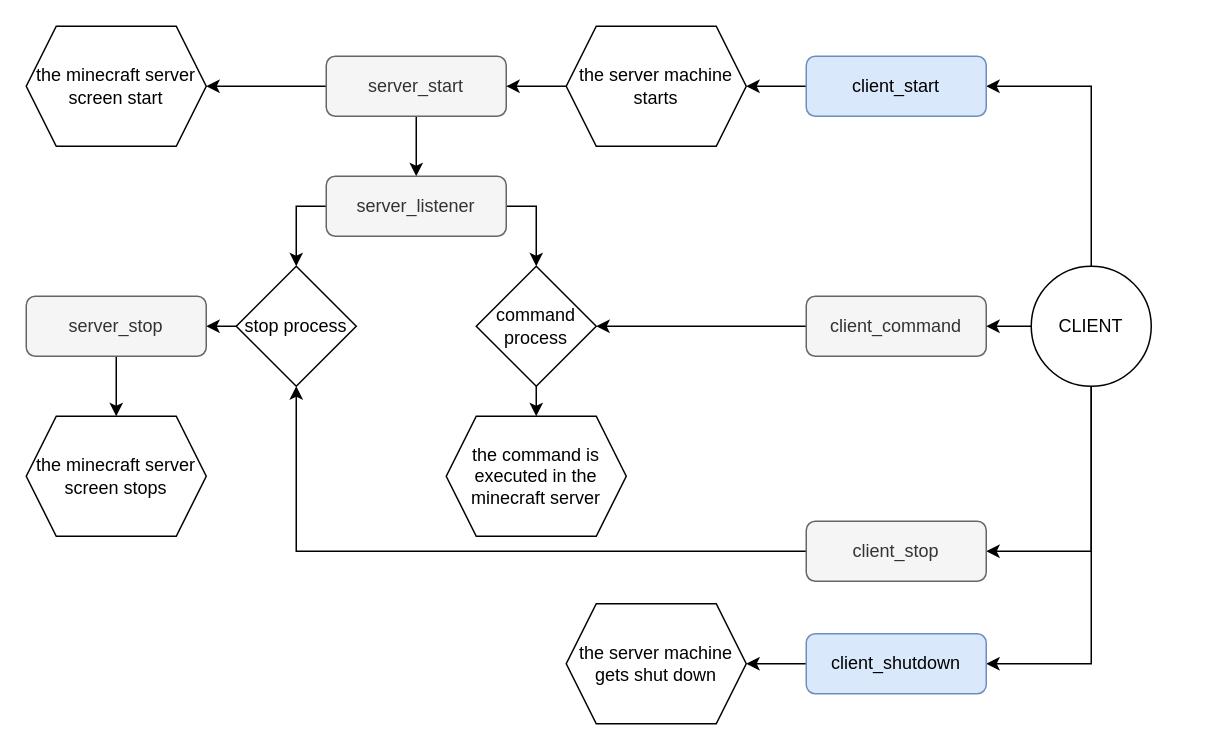
StudiousPillow/MinecraftHostOnOff keeps this draw.io diagram as img/framework.drawio. Above is the earlier version. Source tidied: cells renumbered, new cells numbered last; positions are measured from the earlier drawing's top-left corner, leaving out a move shared by most shapes. Both pictures are drawn from the tidied source at 150%, with x=0, y=0 at pixel (26, 26).
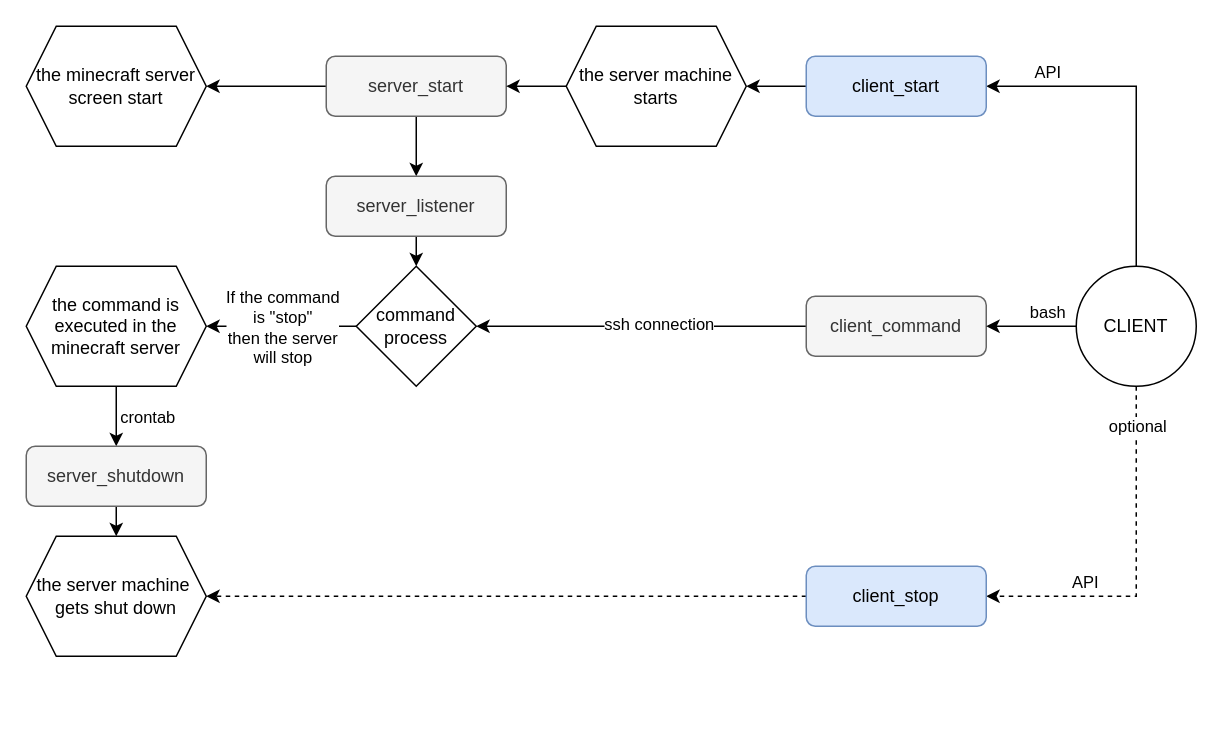
The same page after the edit.

The change refers to these unchanged cells:
```xml
<mxCell id="5" style="edgeStyle=orthogonalEdgeStyle;rounded=0;jettySize=auto;html=1;exitX=0;exitY=0.5;exitDx=0;exitDy=0;entryX=1;entryY=0.5;entryDx=0;entryDy=0;" parent="1" edge="1" source="6" target="22">
  <mxGeometry relative="1" as="geometry" />
</mxCell>
<mxCell id="6" value="&lt;div&gt;&lt;div&gt;client_command&lt;/div&gt;&lt;/div&gt;" style="rounded=1;whiteSpace=wrap;html=1;fontSize=12;glass=0;strokeWidth=1;shadow=0;fillColor=#f5f5f5;fontColor=#333333;strokeColor=#666666;" parent="1" vertex="1">
  <mxGeometry x="520" y="180" width="120" height="40" as="geometry" />
</mxCell>
<mxCell id="9" value="server_listener" style="rounded=1;whiteSpace=wrap;html=1;fontSize=12;glass=0;strokeWidth=1;shadow=0;fillColor=#f5f5f5;fontColor=#333333;strokeColor=#666666;" parent="1" vertex="1">
  <mxGeometry x="200" y="100" width="120" height="40" as="geometry" />
</mxCell>
<mxCell id="10" style="edgeStyle=orthogonalEdgeStyle;rounded=0;jettySize=auto;html=1;exitX=0.5;exitY=0;exitDx=0;exitDy=0;entryX=1;entryY=0.5;entryDx=0;entryDy=0;" parent="1" edge="1" source="14" target="16">
  <mxGeometry relative="1" as="geometry" />
</mxCell>
```

Diff of the diagram source:
```diff
@@
+    <mxCell id="33" value="ssh connection" style="edgeLabel;html=1;align=center;verticalAlign=middle;" parent="5" vertex="1">
+      <mxGeometry x="-0.1" y="-2" relative="1" as="geometry" />
+    </mxCell>
@@
-    <mxCell id="7" style="edgeStyle=orthogonalEdgeStyle;rounded=0;jettySize=auto;html=1;exitX=1;exitY=0.5;exitDx=0;exitDy=0;entryX=0.5;entryY=0;entryDx=0;entryDy=0;" parent="1" edge="1" source="9" target="22">
+    <mxCell id="7" style="edgeStyle=orthogonalEdgeStyle;rounded=0;jettySize=auto;html=1;exitX=0.5;exitY=1;exitDx=0;exitDy=0;entryX=0.5;entryY=0;entryDx=0;entryDy=0;" parent="1" edge="1" source="9" target="22">
       <mxGeometry relative="1" as="geometry" />
     </mxCell>
-    <mxCell id="8" style="edgeStyle=orthogonalEdgeStyle;rounded=0;jettySize=auto;html=1;exitX=0;exitY=0.5;exitDx=0;exitDy=0;" parent="1" edge="1" source="9" target="24">
-      <mxGeometry relative="1" as="geometry" />
-    </mxCell>
@@
+    <mxCell id="34" value="API" style="edgeLabel;html=1;align=center;verticalAlign=middle;" parent="10" vertex="1">
+      <mxGeometry x="0.67" y="-4" relative="1" as="geometry">
+        <mxPoint x="4" y="-6" as="offset" />
+      </mxGeometry>
+    </mxCell>
+    <mxCell id="12" style="edgeStyle=orthogonalEdgeStyle;rounded=0;jettySize=auto;html=1;exitX=0;exitY=0.5;exitDx=0;exitDy=0;entryX=1;entryY=0.5;entryDx=0;entryDy=0;" parent="1" edge="1" source="14" target="6">
+      <mxGeometry relative="1" as="geometry" />
+    </mxCell>
+    <mxCell id="35" value="bash" style="edgeLabel;html=1;align=center;verticalAlign=middle;" parent="12" vertex="1">
+      <mxGeometry x="-0.35" y="1" relative="1" as="geometry">
+        <mxPoint y="-11" as="offset" />
+      </mxGeometry>
+    </mxCell>
-    <mxCell id="11" style="edgeStyle=orthogonalEdgeStyle;rounded=0;jettySize=auto;html=1;exitX=0.5;exitY=1;exitDx=0;exitDy=0;entryX=1;entryY=0.5;entryDx=0;entryDy=0;" parent="1" edge="1" source="14" target="26">
+    <mxCell id="11" style="edgeStyle=orthogonalEdgeStyle;rounded=0;jettySize=auto;html=1;exitX=0.5;exitY=1;exitDx=0;exitDy=0;entryX=1;entryY=0.5;entryDx=0;entryDy=0;dashed=1;" parent="1" edge="1" source="14" target="26">
       <mxGeometry relative="1" as="geometry" />
     </mxCell>
-    <mxCell id="12" style="edgeStyle=orthogonalEdgeStyle;rounded=0;jettySize=auto;html=1;exitX=0;exitY=0.5;exitDx=0;exitDy=0;entryX=1;entryY=0.5;entryDx=0;entryDy=0;" parent="1" edge="1" source="14" target="6">
-      <mxGeometry relative="1" as="geometry" />
-    </mxCell>
-    <mxCell id="13" style="edgeStyle=orthogonalEdgeStyle;rounded=0;jettySize=auto;html=1;exitX=0.5;exitY=1;exitDx=0;exitDy=0;entryX=1;entryY=0.5;entryDx=0;entryDy=0;" parent="1" edge="1" source="14" target="29">
-      <mxGeometry relative="1" as="geometry" />
-    </mxCell>
+    <mxCell id="36" value="API" style="edgeLabel;html=1;align=center;verticalAlign=middle;" parent="11" vertex="1">
+      <mxGeometry x="0.46" y="-2" relative="1" as="geometry">
+        <mxPoint y="-8" as="offset" />
+      </mxGeometry>
+    </mxCell>
+    <mxCell id="37" value="optional" style="edgeLabel;html=1;align=center;verticalAlign=middle;" parent="11" vertex="1">
+      <mxGeometry x="-0.78" relative="1" as="geometry" />
+    </mxCell>
     <mxCell id="14" value="CLIENT" style="ellipse;whiteSpace=wrap;html=1;" parent="1" vertex="1">
-      <mxGeometry x="670" y="160" width="80" height="80" as="geometry" />
+      <mxGeometry x="700" y="160" width="80" height="80" as="geometry" />
     </mxCell>
@@
+    <mxCell id="38" style="edgeStyle=orthogonalEdgeStyle;rounded=0;jettySize=auto;html=1;exitX=0.5;exitY=1;exitDx=0;exitDy=0;entryX=0.5;entryY=0;entryDx=0;entryDy=0;" parent="1" edge="1" source="20" target="43">
+      <mxGeometry relative="1" as="geometry" />
+    </mxCell>
+    <mxCell id="39" value="crontab" style="edgeLabel;html=1;align=center;verticalAlign=middle;" parent="38" vertex="1">
+      <mxGeometry x="-0.35" y="-1" relative="1" as="geometry">
+        <mxPoint x="21" y="7" as="offset" />
+      </mxGeometry>
+    </mxCell>
     <mxCell id="20" value="the command is executed in the minecraft server" style="shape=hexagon;perimeter=hexagonPerimeter2;whiteSpace=wrap;html=1;fixedSize=1;" parent="1" vertex="1">
-      <mxGeometry x="280" y="260" width="120" height="80" as="geometry" />
+      <mxGeometry y="160" width="120" height="80" as="geometry" />
     </mxCell>
-    <mxCell id="21" style="edgeStyle=orthogonalEdgeStyle;rounded=0;jettySize=auto;html=1;exitX=0.5;exitY=1;exitDx=0;exitDy=0;entryX=0.5;entryY=0;entryDx=0;entryDy=0;" parent="1" edge="1" source="22" target="20">
+    <mxCell id="21" style="edgeStyle=orthogonalEdgeStyle;rounded=0;jettySize=auto;html=1;exitX=0;exitY=0.5;exitDx=0;exitDy=0;entryX=1;entryY=0.5;entryDx=0;entryDy=0;" parent="1" edge="1" source="22" target="20">
       <mxGeometry relative="1" as="geometry" />
     </mxCell>
+    <mxCell id="40" value="If the command&lt;div&gt;is &quot;stop&quot;&lt;/div&gt;&lt;div&gt;then the server&lt;/div&gt;&lt;div&gt;will stop&lt;/div&gt;" style="edgeLabel;html=1;align=center;verticalAlign=middle;" parent="21" vertex="1">
+      <mxGeometry x="0.3" y="1" relative="1" as="geometry">
+        <mxPoint x="15" y="-1" as="offset" />
+      </mxGeometry>
+    </mxCell>
     <mxCell id="22" value="command process" style="rhombus;whiteSpace=wrap;html=1;" parent="1" vertex="1">
-      <mxGeometry x="300" y="160" width="80" height="80" as="geometry" />
+      <mxGeometry x="220" y="160" width="80" height="80" as="geometry" />
     </mxCell>
-    <mxCell id="23" style="edgeStyle=orthogonalEdgeStyle;rounded=0;jettySize=auto;html=1;exitX=0;exitY=0.5;exitDx=0;exitDy=0;entryX=1;entryY=0.5;entryDx=0;entryDy=0;" parent="1" edge="1" source="24" target="32">
-      <mxGeometry relative="1" as="geometry" />
-    </mxCell>
-    <mxCell id="24" value="stop process" style="rhombus;whiteSpace=wrap;html=1;" parent="1" vertex="1">
-      <mxGeometry x="140" y="160" width="80" height="80" as="geometry" />
-    </mxCell>
-    <mxCell id="25" style="edgeStyle=orthogonalEdgeStyle;rounded=0;jettySize=auto;html=1;exitX=0;exitY=0.5;exitDx=0;exitDy=0;entryX=0.5;entryY=1;entryDx=0;entryDy=0;" parent="1" edge="1" source="26" target="24">
-      <mxGeometry relative="1" as="geometry" />
-    </mxCell>
+    <mxCell id="30" value="the server machine&amp;nbsp;&lt;div&gt;gets shut down&lt;/div&gt;" style="shape=hexagon;perimeter=hexagonPerimeter2;whiteSpace=wrap;html=1;fixedSize=1;" parent="1" vertex="1">
+      <mxGeometry y="340" width="120" height="80" as="geometry" />
+    </mxCell>
+    <mxCell id="41" style="edgeStyle=orthogonalEdgeStyle;rounded=0;jettySize=auto;html=1;exitX=0;exitY=0.5;exitDx=0;exitDy=0;entryX=1;entryY=0.5;entryDx=0;entryDy=0;dashed=1;" parent="1" edge="1" source="26" target="30">
+      <mxGeometry relative="1" as="geometry" />
+    </mxCell>
-    <mxCell id="26" value="client_stop" style="rounded=1;whiteSpace=wrap;html=1;fontSize=12;glass=0;strokeWidth=1;shadow=0;fillColor=#f5f5f5;fontColor=#333333;strokeColor=#666666;" parent="1" vertex="1">
-      <mxGeometry x="520" y="330" width="120" height="40" as="geometry" />
+    <mxCell id="26" value="&lt;div&gt;&lt;div&gt;client_stop&lt;/div&gt;&lt;/div&gt;" style="rounded=1;whiteSpace=wrap;html=1;fontSize=12;glass=0;strokeWidth=1;shadow=0;fillColor=#dae8fc;strokeColor=#6c8ebf;" parent="1" vertex="1">
+      <mxGeometry x="520" y="360" width="120" height="40" as="geometry" />
     </mxCell>
-    <mxCell id="27" value="the minecraft server screen stops" style="shape=hexagon;perimeter=hexagonPerimeter2;whiteSpace=wrap;html=1;fixedSize=1;" parent="1" vertex="1">
-      <mxGeometry y="260" width="120" height="80" as="geometry" />
-    </mxCell>
-    <mxCell id="28" style="edgeStyle=orthogonalEdgeStyle;rounded=0;jettySize=auto;html=1;exitX=0;exitY=0.5;exitDx=0;exitDy=0;entryX=1;entryY=0.5;entryDx=0;entryDy=0;" parent="1" edge="1" source="29" target="30">
-      <mxGeometry relative="1" as="geometry" />
-    </mxCell>
-    <mxCell id="29" value="client_shutdown" style="rounded=1;whiteSpace=wrap;html=1;fontSize=12;glass=0;strokeWidth=1;shadow=0;fillColor=#dae8fc;strokeColor=#6c8ebf;" parent="1" vertex="1">
-      <mxGeometry x="520" y="405" width="120" height="40" as="geometry" />
-    </mxCell>
-    <mxCell id="30" value="the server machine gets shut down" style="shape=hexagon;perimeter=hexagonPerimeter2;whiteSpace=wrap;html=1;fixedSize=1;" parent="1" vertex="1">
-      <mxGeometry x="360" y="385" width="120" height="80" as="geometry" />
-    </mxCell>
-    <mxCell id="31" style="edgeStyle=orthogonalEdgeStyle;rounded=0;jettySize=auto;html=1;exitX=0.5;exitY=1;exitDx=0;exitDy=0;" parent="1" edge="1" source="32" target="27">
-      <mxGeometry relative="1" as="geometry" />
-    </mxCell>
-    <mxCell id="32" value="server_stop" style="rounded=1;whiteSpace=wrap;html=1;fontSize=12;glass=0;strokeWidth=1;shadow=0;fillColor=#f5f5f5;fontColor=#333333;strokeColor=#666666;" parent="1" vertex="1">
-      <mxGeometry y="180" width="120" height="40" as="geometry" />
-    </mxCell>
+    <mxCell id="42" style="edgeStyle=orthogonalEdgeStyle;rounded=0;jettySize=auto;html=1;exitX=0.5;exitY=1;exitDx=0;exitDy=0;entryX=0.5;entryY=0;entryDx=0;entryDy=0;" parent="1" edge="1" source="43" target="30">
+      <mxGeometry relative="1" as="geometry" />
+    </mxCell>
+    <mxCell id="43" value="server_shutdown" style="rounded=1;whiteSpace=wrap;html=1;fontSize=12;glass=0;strokeWidth=1;shadow=0;fillColor=#f5f5f5;fontColor=#333333;strokeColor=#666666;" parent="1" vertex="1">
+      <mxGeometry y="280" width="120" height="40" as="geometry" />
+    </mxCell>
```
